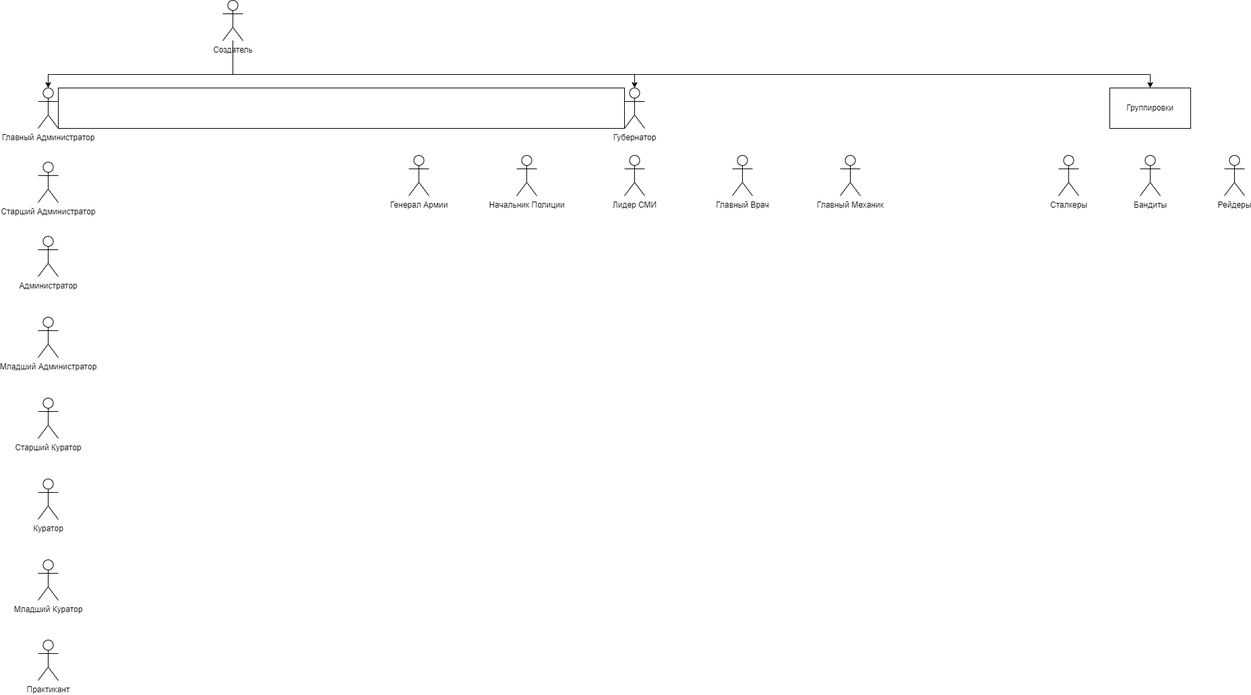
Before: Files/Структура персонала.png, a diagram exported from draw.io (Pashtet365/AdmireRP). Source tidied: cells renumbered, new cells last; positions are measured from the earlier drawing's top-left corner, leaving out a move shared by most shapes. The source it was exported from:
```xml
<mxGraphModel>
  <root>
    <mxCell id="0" />
    <mxCell id="1" parent="0" />
    <mxCell id="2" style="edgeStyle=orthogonalEdgeStyle;rounded=0;jettySize=auto;html=1;entryX=0.5;entryY=0;entryDx=0;entryDy=0;entryPerimeter=0;" parent="1" edge="1" source="5" target="6">
      <mxGeometry relative="1" as="geometry">
        <Array as="points">
          <mxPoint x="289" y="110" />
          <mxPoint x="15" y="110" />
        </Array>
      </mxGeometry>
    </mxCell>
    <mxCell id="3" style="edgeStyle=orthogonalEdgeStyle;rounded=0;jettySize=auto;html=1;entryX=0.5;entryY=0;entryDx=0;entryDy=0;entryPerimeter=0;" parent="1" edge="1" source="5" target="7">
      <mxGeometry relative="1" as="geometry">
        <Array as="points">
          <mxPoint x="289" y="110" />
          <mxPoint x="885" y="110" />
        </Array>
      </mxGeometry>
    </mxCell>
    <mxCell id="4" style="edgeStyle=orthogonalEdgeStyle;rounded=0;jettySize=auto;html=1;" parent="1" edge="1" source="5" target="21">
      <mxGeometry relative="1" as="geometry">
        <Array as="points">
          <mxPoint x="289" y="110" />
          <mxPoint x="1650" y="110" />
        </Array>
      </mxGeometry>
    </mxCell>
    <mxCell id="5" value="Создатель" style="shape=umlActor;verticalLabelPosition=bottom;verticalAlign=top;html=1;outlineConnect=0;" parent="1" vertex="1">
      <mxGeometry x="274" width="30" height="60" as="geometry" />
    </mxCell>
    <mxCell id="6" value="Главный Администратор" style="shape=umlActor;verticalLabelPosition=bottom;verticalAlign=top;html=1;outlineConnect=0;" parent="1" vertex="1">
      <mxGeometry y="130" width="30" height="60" as="geometry" />
    </mxCell>
    <mxCell id="7" value="Губернатор" style="shape=umlActor;verticalLabelPosition=bottom;verticalAlign=top;html=1;outlineConnect=0;" parent="1" vertex="1">
      <mxGeometry x="870" y="130" width="30" height="60" as="geometry" />
    </mxCell>
    <mxCell id="8" style="rounded=0;whiteSpace=wrap;html=1;" parent="1" vertex="1">
      <mxGeometry x="30" y="130" width="840" height="60" as="geometry" />
    </mxCell>
    <mxCell id="9" value="Старший Администратор" style="shape=umlActor;verticalLabelPosition=bottom;verticalAlign=top;html=1;" parent="1" vertex="1">
      <mxGeometry y="240" width="30" height="60" as="geometry" />
    </mxCell>
    <mxCell id="10" value="Администратор" style="shape=umlActor;verticalLabelPosition=bottom;verticalAlign=top;html=1;" parent="1" vertex="1">
      <mxGeometry y="350" width="30" height="60" as="geometry" />
    </mxCell>
    <mxCell id="11" value="Младший Администратор" style="shape=umlActor;verticalLabelPosition=bottom;verticalAlign=top;html=1;" parent="1" vertex="1">
      <mxGeometry y="470" width="30" height="60" as="geometry" />
    </mxCell>
    <mxCell id="12" value="Старший Куратор" style="shape=umlActor;verticalLabelPosition=bottom;verticalAlign=top;html=1;" parent="1" vertex="1">
      <mxGeometry y="590" width="30" height="60" as="geometry" />
    </mxCell>
    <mxCell id="13" value="Куратор" style="shape=umlActor;verticalLabelPosition=bottom;verticalAlign=top;html=1;" parent="1" vertex="1">
      <mxGeometry y="710" width="30" height="60" as="geometry" />
    </mxCell>
    <mxCell id="14" value="Младший Куратор" style="shape=umlActor;verticalLabelPosition=bottom;verticalAlign=top;html=1;" parent="1" vertex="1">
      <mxGeometry y="830" width="30" height="60" as="geometry" />
    </mxCell>
    <mxCell id="15" value="Практикант" style="shape=umlActor;verticalLabelPosition=bottom;verticalAlign=top;html=1;" parent="1" vertex="1">
      <mxGeometry y="949" width="30" height="60" as="geometry" />
    </mxCell>
    <mxCell id="16" value="Начальник Полиции" style="shape=umlActor;verticalLabelPosition=bottom;verticalAlign=top;html=1;" parent="1" vertex="1">
      <mxGeometry x="710" y="230" width="30" height="60" as="geometry" />
    </mxCell>
    <mxCell id="17" value="Генерал Армии" style="shape=umlActor;verticalLabelPosition=bottom;verticalAlign=top;html=1;" parent="1" vertex="1">
      <mxGeometry x="550" y="230" width="30" height="60" as="geometry" />
    </mxCell>
    <mxCell id="18" value="Лидер СМИ" style="shape=umlActor;verticalLabelPosition=bottom;verticalAlign=top;html=1;" parent="1" vertex="1">
      <mxGeometry x="870" y="230" width="30" height="60" as="geometry" />
    </mxCell>
    <mxCell id="19" value="Главный Врач" style="shape=umlActor;verticalLabelPosition=bottom;verticalAlign=top;html=1;" parent="1" vertex="1">
      <mxGeometry x="1030" y="230" width="30" height="60" as="geometry" />
    </mxCell>
    <mxCell id="20" value="Главный Механик" style="shape=umlActor;verticalLabelPosition=bottom;verticalAlign=top;html=1;" parent="1" vertex="1">
      <mxGeometry x="1190" y="230" width="30" height="60" as="geometry" />
    </mxCell>
    <mxCell id="21" value="Группировки" style="rounded=0;whiteSpace=wrap;html=1;" parent="1" vertex="1">
      <mxGeometry x="1590" y="130" width="120" height="60" as="geometry" />
    </mxCell>
    <mxCell id="22" value="Бандиты" style="shape=umlActor;verticalLabelPosition=bottom;verticalAlign=top;html=1;" parent="1" vertex="1">
      <mxGeometry x="1635" y="230" width="30" height="60" as="geometry" />
    </mxCell>
    <mxCell id="23" value="Сталкеры" style="shape=umlActor;verticalLabelPosition=bottom;verticalAlign=top;html=1;" parent="1" vertex="1">
      <mxGeometry x="1514" y="230" width="30" height="60" as="geometry" />
    </mxCell>
    <mxCell id="24" value="Рейдеры" style="shape=umlActor;verticalLabelPosition=bottom;verticalAlign=top;html=1;" parent="1" vertex="1">
      <mxGeometry x="1760" y="230" width="30" height="60" as="geometry" />
    </mxCell>
  </root>
</mxGraphModel>
```
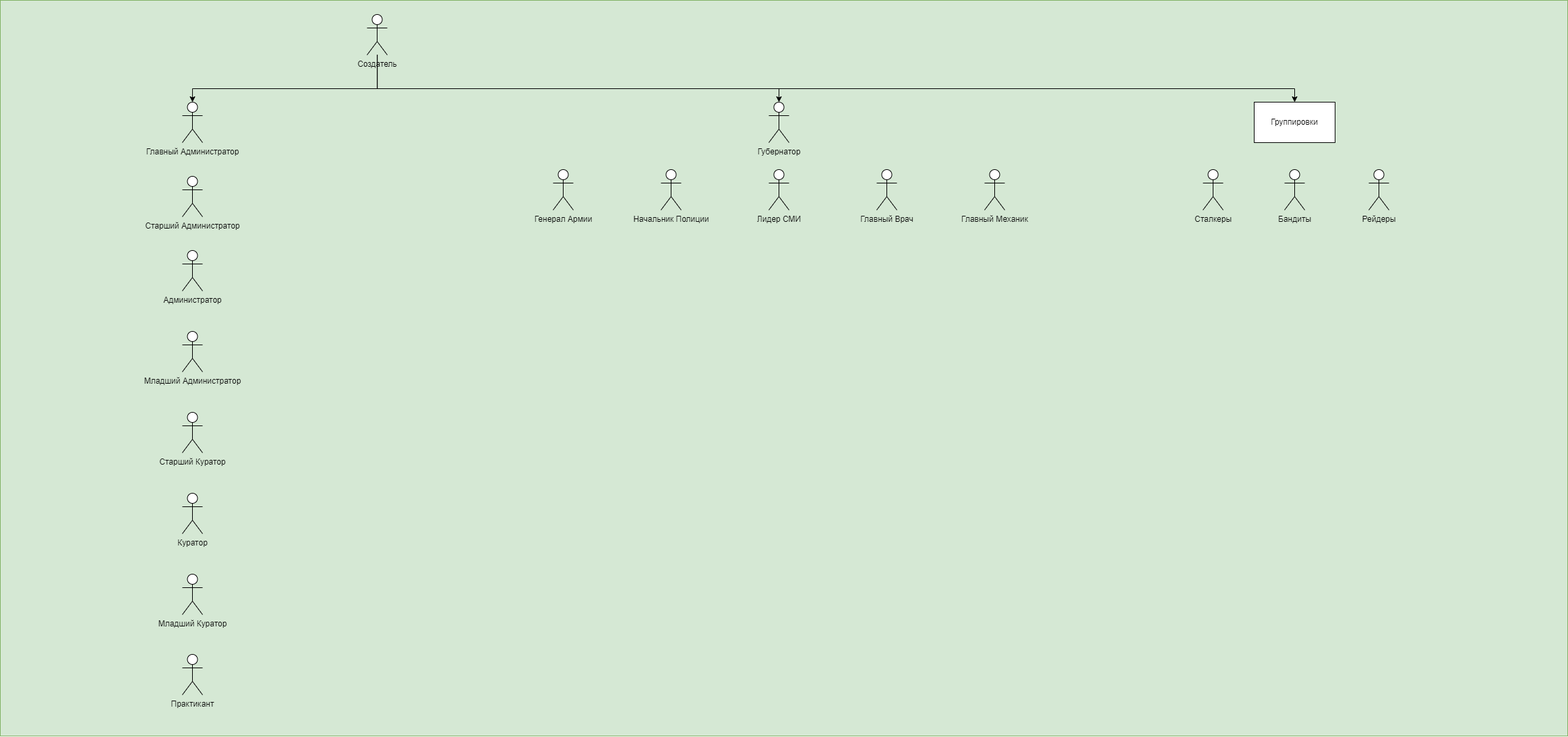
The same file after the commit.

Diff of the diagram source:
```diff
@@ -2,6 +2,9 @@
   <root>
     <mxCell id="0" />
     <mxCell id="1" parent="0" />
+    <mxCell id="25" style="rounded=0;whiteSpace=wrap;html=1;fillColor=#d5e8d4;strokeColor=#82b366;" parent="1" vertex="1">
+      <mxGeometry x="-270" y="-21" width="2325" height="1091" as="geometry" />
+    </mxCell>
     <mxCell id="2" style="edgeStyle=orthogonalEdgeStyle;rounded=0;jettySize=auto;html=1;entryX=0.5;entryY=0;entryDx=0;entryDy=0;entryPerimeter=0;" parent="1" edge="1" source="5" target="6">
       <mxGeometry relative="1" as="geometry">
         <Array as="points">
@@ -35,9 +38,6 @@
     <mxCell id="7" value="Губернатор" style="shape=umlActor;verticalLabelPosition=bottom;verticalAlign=top;html=1;outlineConnect=0;" parent="1" vertex="1">
       <mxGeometry x="870" y="130" width="30" height="60" as="geometry" />
     </mxCell>
-    <mxCell id="8" style="rounded=0;whiteSpace=wrap;html=1;" parent="1" vertex="1">
-      <mxGeometry x="30" y="130" width="840" height="60" as="geometry" />
-    </mxCell>
     <mxCell id="9" value="Старший Администратор" style="shape=umlActor;verticalLabelPosition=bottom;verticalAlign=top;html=1;" parent="1" vertex="1">
       <mxGeometry y="240" width="30" height="60" as="geometry" />
     </mxCell>
```
